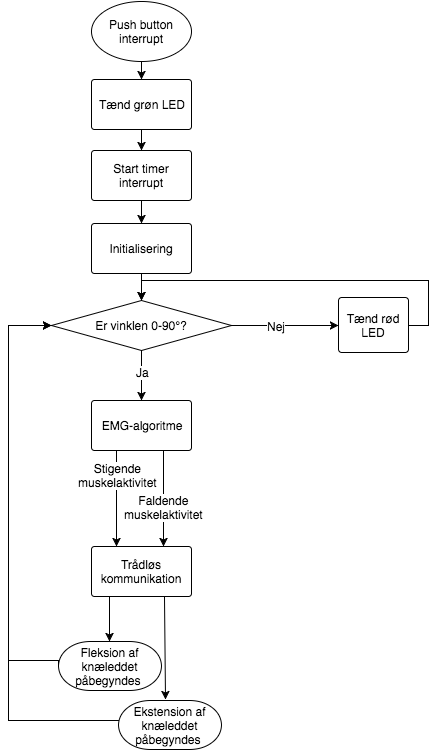
The draw.io diagram figures/implementering/overordnet_flow.png in mariakroustrup/ST4, before a commit. Source tidied: cells renumbered, new cells last; positions are measured from the earlier drawing's top-left corner, leaving out a move shared by most shapes.
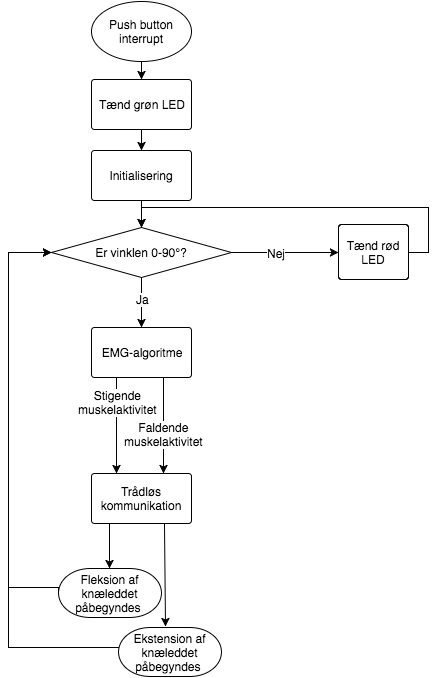
The same file after the commit.

Change to the diagram source:
```diff
@@ -3,11 +3,8 @@
     <mxCell id="0" />
     <mxCell id="1" parent="0" />
     <mxCell id="2" value="Push button interrupt" style="strokeWidth=1;html=1;shape=mxgraph.flowchart.start_1;whiteSpace=wrap;" parent="1" vertex="1">
-      <mxGeometry x="83" width="100" height="60" as="geometry" />
+      <mxGeometry x="83" y="73" width="100" height="60" as="geometry" />
     </mxCell>
-    <mxCell id="3" value="Start timer interrupt" style="strokeWidth=1;html=1;shape=mxgraph.flowchart.process;whiteSpace=wrap;" parent="1" vertex="1">
-      <mxGeometry x="83" y="149" width="100" height="50" as="geometry" />
-    </mxCell>
     <mxCell id="4" value="Initialisering" style="strokeWidth=1;html=1;shape=mxgraph.flowchart.process;whiteSpace=wrap;" parent="1" vertex="1">
       <mxGeometry x="83" y="222" width="100" height="50" as="geometry" />
     </mxCell>
@@ -17,9 +14,6 @@
     <mxCell id="6" value="&lt;span&gt;Er vinklen 0-90°?&lt;/span&gt;" style="strokeWidth=1;html=1;shape=mxgraph.flowchart.decision;whiteSpace=wrap;" parent="1" vertex="1">
       <mxGeometry x="43" y="299" width="180" height="50" as="geometry" />
     </mxCell>
-    <mxCell id="7" style="edgeStyle=orthogonalEdgeStyle;rounded=0;html=1;exitX=0.5;exitY=1;exitPerimeter=0;entryX=0.5;entryY=0;entryPerimeter=0;startSize=6;jettySize=auto;" parent="1" edge="1" source="3" target="4">
-      <mxGeometry relative="1" as="geometry" />
-    </mxCell>
     <mxCell id="8" style="edgeStyle=orthogonalEdgeStyle;rounded=0;html=1;exitX=0.5;exitY=1;exitPerimeter=0;entryX=0.5;entryY=0;entryPerimeter=0;startSize=6;jettySize=auto;" parent="1" edge="1" source="4" target="6">
       <mxGeometry relative="1" as="geometry" />
     </mxCell>
@@ -66,7 +60,7 @@
       </mxGeometry>
     </mxCell>
     <mxCell id="19" style="endArrow=classic;html=1;entryX=0.25;entryY=0;entryPerimeter=0;exitX=0.25;exitY=1.08;exitPerimeter=0;" parent="1" edge="1">
-      <mxGeometry x="435" y="474" as="geometry">
+      <mxGeometry x="435" y="401" as="geometry">
         <mxPoint x="155" y="449" as="sourcePoint" />
         <mxPoint x="155" y="545" as="targetPoint" />
       </mxGeometry>
@@ -110,13 +104,15 @@
       </mxGeometry>
     </mxCell>
     <mxCell id="26" value="Tænd grøn LED" style="strokeWidth=1;html=1;shape=mxgraph.flowchart.process;whiteSpace=wrap;" parent="1" vertex="1">
-      <mxGeometry x="83" y="78" width="100" height="50" as="geometry" />
+      <mxGeometry x="83" y="151" width="100" height="50" as="geometry" />
     </mxCell>
     <mxCell id="27" style="edgeStyle=orthogonalEdgeStyle;rounded=0;html=1;exitX=0.5;exitY=1;exitPerimeter=0;entryX=0.5;entryY=0;entryPerimeter=0;startSize=6;jettySize=auto;" parent="1" edge="1" source="2" target="26">
       <mxGeometry relative="1" as="geometry" />
     </mxCell>
-    <mxCell id="28" style="edgeStyle=orthogonalEdgeStyle;rounded=0;html=1;exitX=0.5;exitY=1;exitPerimeter=0;entryX=0.5;entryY=0;entryPerimeter=0;startSize=6;jettySize=auto;" parent="1" edge="1" source="26" target="3">
-      <mxGeometry relative="1" as="geometry" />
+    <mxCell id="28" style="edgeStyle=orthogonalEdgeStyle;rounded=0;html=1;exitX=0.5;exitY=1;exitPerimeter=0;entryX=0.5;entryY=0;entryPerimeter=0;startSize=6;jettySize=auto;" parent="1" edge="1" source="26">
+      <mxGeometry relative="1" as="geometry">
+        <mxPoint x="133" y="222" as="targetPoint" />
+      </mxGeometry>
     </mxCell>
   </root>
 </mxGraphModel>
```
